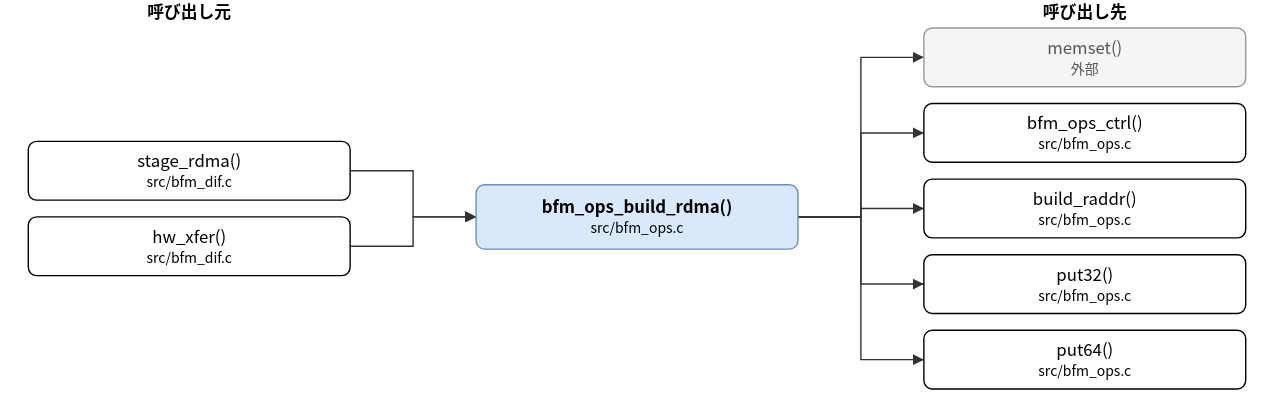
The draw.io diagram doc/spec/images/call_src_bfm_ops-bfm_ops_build_rdma.drawio.svg in hf355051012-ai/bfmem, before a commit. Source tidied: cells renumbered, new cells last; positions are measured from the earlier drawing's top-left corner, leaving out a move shared by most shapes. The source it was exported from:
```xml
<mxGraphModel>
  <root>
    <mxCell id="0" />
    <mxCell id="1" parent="0" />
    <mxCell id="2" value="bfm_ops_build_rdma()&lt;br&gt;&lt;font style=&quot;font-size:10px&quot;&gt;src/bfm_ops.c&lt;/font&gt;" style="rounded=1;whiteSpace=wrap;html=1;fillColor=#dae8fc;strokeColor=#6c8ebf;fontStyle=1;" parent="1" vertex="1">
      <mxGeometry x="320" y="132" width="230" height="46" as="geometry" />
    </mxCell>
    <mxCell id="3" value="stage_rdma()&lt;br&gt;&lt;font style=&quot;font-size:10px&quot;&gt;src/bfm_dif.c&lt;/font&gt;" style="rounded=1;whiteSpace=wrap;html=1;" parent="1" vertex="1">
      <mxGeometry y="101" width="230" height="42" as="geometry" />
    </mxCell>
    <mxCell id="4" value="hw_xfer()&lt;br&gt;&lt;font style=&quot;font-size:10px&quot;&gt;src/bfm_dif.c&lt;/font&gt;" style="rounded=1;whiteSpace=wrap;html=1;" parent="1" vertex="1">
      <mxGeometry y="155" width="230" height="42" as="geometry" />
    </mxCell>
    <mxCell id="5" value="memset()&lt;br&gt;&lt;font style=&quot;font-size:10px&quot;&gt;外部&lt;/font&gt;" style="rounded=1;whiteSpace=wrap;html=1;fillColor=#f5f5f5;strokeColor=#999999;fontColor=#555555;" parent="1" vertex="1">
      <mxGeometry x="640" y="20" width="230" height="42" as="geometry" />
    </mxCell>
    <mxCell id="6" value="bfm_ops_ctrl()&lt;br&gt;&lt;font style=&quot;font-size:10px&quot;&gt;src/bfm_ops.c&lt;/font&gt;" style="rounded=1;whiteSpace=wrap;html=1;" parent="1" vertex="1">
      <mxGeometry x="640" y="74" width="230" height="42" as="geometry" />
    </mxCell>
    <mxCell id="7" value="build_raddr()&lt;br&gt;&lt;font style=&quot;font-size:10px&quot;&gt;src/bfm_ops.c&lt;/font&gt;" style="rounded=1;whiteSpace=wrap;html=1;" parent="1" vertex="1">
      <mxGeometry x="640" y="128" width="230" height="42" as="geometry" />
    </mxCell>
    <mxCell id="8" value="put32()&lt;br&gt;&lt;font style=&quot;font-size:10px&quot;&gt;src/bfm_ops.c&lt;/font&gt;" style="rounded=1;whiteSpace=wrap;html=1;" parent="1" vertex="1">
      <mxGeometry x="640" y="182" width="230" height="42" as="geometry" />
    </mxCell>
    <mxCell id="9" value="put64()&lt;br&gt;&lt;font style=&quot;font-size:10px&quot;&gt;src/bfm_ops.c&lt;/font&gt;" style="rounded=1;whiteSpace=wrap;html=1;" parent="1" vertex="1">
      <mxGeometry x="640" y="236" width="230" height="42" as="geometry" />
    </mxCell>
    <mxCell id="10" style="edgeStyle=none;html=1;rounded=0;endArrow=block;endFill=1;exitX=1.0000;exitY=0.5000;exitDx=0;exitDy=0;exitPerimeter=0;entryX=0.0000;entryY=0.5000;entryDx=0;entryDy=0;entryPerimeter=0;" parent="1" edge="1" source="3" target="2">
      <mxGeometry relative="1" as="geometry">
        <Array as="points">
          <mxPoint x="275" y="122" />
          <mxPoint x="275" y="155" />
        </Array>
      </mxGeometry>
    </mxCell>
    <mxCell id="11" style="edgeStyle=none;html=1;rounded=0;endArrow=block;endFill=1;exitX=1.0000;exitY=0.5000;exitDx=0;exitDy=0;exitPerimeter=0;entryX=0.0000;entryY=0.5000;entryDx=0;entryDy=0;entryPerimeter=0;" parent="1" edge="1" source="4" target="2">
      <mxGeometry relative="1" as="geometry">
        <Array as="points">
          <mxPoint x="275" y="176" />
          <mxPoint x="275" y="155" />
        </Array>
      </mxGeometry>
    </mxCell>
    <mxCell id="12" style="edgeStyle=none;html=1;rounded=0;endArrow=block;endFill=1;exitX=1.0000;exitY=0.5000;exitDx=0;exitDy=0;exitPerimeter=0;entryX=0.0000;entryY=0.5000;entryDx=0;entryDy=0;entryPerimeter=0;" parent="1" edge="1" source="2" target="5">
      <mxGeometry relative="1" as="geometry">
        <Array as="points">
          <mxPoint x="595" y="155" />
          <mxPoint x="595" y="41" />
        </Array>
      </mxGeometry>
    </mxCell>
    <mxCell id="13" style="edgeStyle=none;html=1;rounded=0;endArrow=block;endFill=1;exitX=1.0000;exitY=0.5000;exitDx=0;exitDy=0;exitPerimeter=0;entryX=0.0000;entryY=0.5000;entryDx=0;entryDy=0;entryPerimeter=0;" parent="1" edge="1" source="2" target="6">
      <mxGeometry relative="1" as="geometry">
        <Array as="points">
          <mxPoint x="595" y="155" />
          <mxPoint x="595" y="95" />
        </Array>
      </mxGeometry>
    </mxCell>
    <mxCell id="14" style="edgeStyle=none;html=1;rounded=0;endArrow=block;endFill=1;exitX=1.0000;exitY=0.5000;exitDx=0;exitDy=0;exitPerimeter=0;entryX=0.0000;entryY=0.5000;entryDx=0;entryDy=0;entryPerimeter=0;" parent="1" edge="1" source="2" target="7">
      <mxGeometry relative="1" as="geometry">
        <Array as="points">
          <mxPoint x="595" y="155" />
          <mxPoint x="595" y="149" />
        </Array>
      </mxGeometry>
    </mxCell>
    <mxCell id="15" style="edgeStyle=none;html=1;rounded=0;endArrow=block;endFill=1;exitX=1.0000;exitY=0.5000;exitDx=0;exitDy=0;exitPerimeter=0;entryX=0.0000;entryY=0.5000;entryDx=0;entryDy=0;entryPerimeter=0;" parent="1" edge="1" source="2" target="8">
      <mxGeometry relative="1" as="geometry">
        <Array as="points">
          <mxPoint x="595" y="155" />
          <mxPoint x="595" y="203" />
        </Array>
      </mxGeometry>
    </mxCell>
    <mxCell id="16" style="edgeStyle=none;html=1;rounded=0;endArrow=block;endFill=1;exitX=1.0000;exitY=0.5000;exitDx=0;exitDy=0;exitPerimeter=0;entryX=0.0000;entryY=0.5000;entryDx=0;entryDy=0;entryPerimeter=0;" parent="1" edge="1" source="2" target="9">
      <mxGeometry relative="1" as="geometry">
        <Array as="points">
          <mxPoint x="595" y="155" />
          <mxPoint x="595" y="257" />
        </Array>
      </mxGeometry>
    </mxCell>
    <mxCell id="17" value="呼び出し元" style="text;html=1;align=center;fontStyle=1;" parent="1" vertex="1">
      <mxGeometry x="35" width="160" height="18" as="geometry" />
    </mxCell>
    <mxCell id="18" value="呼び出し先" style="text;html=1;align=center;fontStyle=1;" parent="1" vertex="1">
      <mxGeometry x="675" width="160" height="18" as="geometry" />
    </mxCell>
  </root>
</mxGraphModel>
```
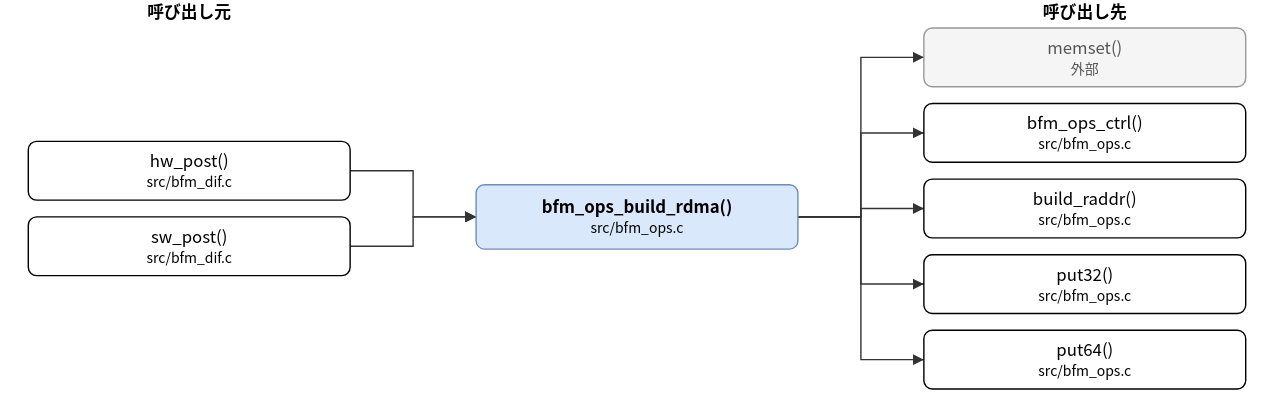
The same diagram one commit later.

The edit, as a diff of the source:
```diff
@@ -5,10 +5,10 @@
     <mxCell id="2" value="bfm_ops_build_rdma()&lt;br&gt;&lt;font style=&quot;font-size:10px&quot;&gt;src/bfm_ops.c&lt;/font&gt;" style="rounded=1;whiteSpace=wrap;html=1;fillColor=#dae8fc;strokeColor=#6c8ebf;fontStyle=1;" parent="1" vertex="1">
       <mxGeometry x="320" y="132" width="230" height="46" as="geometry" />
     </mxCell>
-    <mxCell id="3" value="stage_rdma()&lt;br&gt;&lt;font style=&quot;font-size:10px&quot;&gt;src/bfm_dif.c&lt;/font&gt;" style="rounded=1;whiteSpace=wrap;html=1;" parent="1" vertex="1">
+    <mxCell id="3" value="hw_post()&lt;br&gt;&lt;font style=&quot;font-size:10px&quot;&gt;src/bfm_dif.c&lt;/font&gt;" style="rounded=1;whiteSpace=wrap;html=1;" parent="1" vertex="1">
       <mxGeometry y="101" width="230" height="42" as="geometry" />
     </mxCell>
-    <mxCell id="4" value="hw_xfer()&lt;br&gt;&lt;font style=&quot;font-size:10px&quot;&gt;src/bfm_dif.c&lt;/font&gt;" style="rounded=1;whiteSpace=wrap;html=1;" parent="1" vertex="1">
+    <mxCell id="4" value="sw_post()&lt;br&gt;&lt;font style=&quot;font-size:10px&quot;&gt;src/bfm_dif.c&lt;/font&gt;" style="rounded=1;whiteSpace=wrap;html=1;" parent="1" vertex="1">
       <mxGeometry y="155" width="230" height="42" as="geometry" />
     </mxCell>
     <mxCell id="5" value="memset()&lt;br&gt;&lt;font style=&quot;font-size:10px&quot;&gt;外部&lt;/font&gt;" style="rounded=1;whiteSpace=wrap;html=1;fillColor=#f5f5f5;strokeColor=#999999;fontColor=#555555;" parent="1" vertex="1">
```
